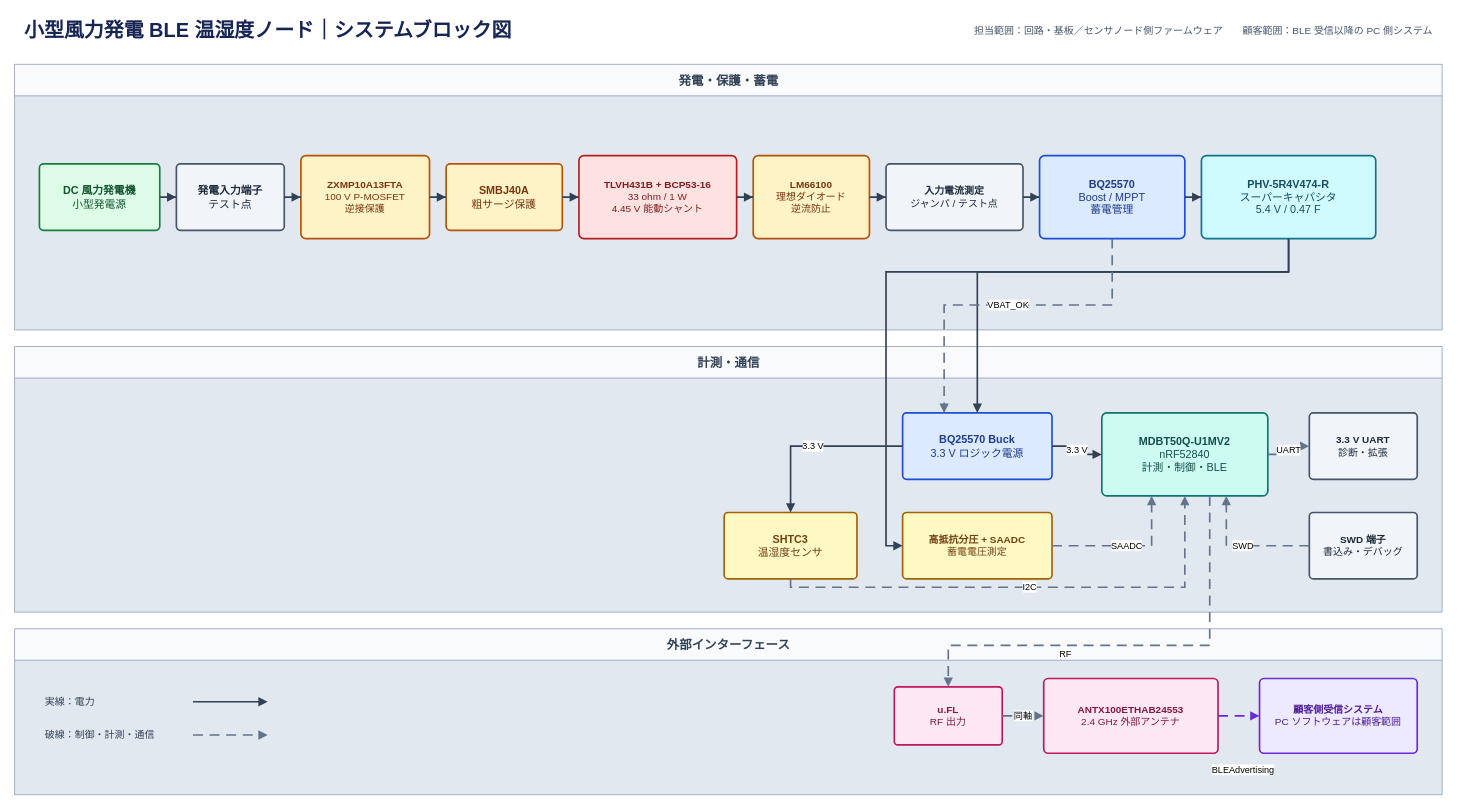
The draw.io diagram docs/Architecture/system-block-diagram.drawio in KatsukiOishi/pantarhei_OEM02_MeasurementNode, before the edit. Source tidied: cells renumbered, new cells numbered last; positions are measured from the earlier drawing's top-left corner, leaving out a move shared by most shapes. Both pictures are drawn from the tidied source at 83%, with x=0, y=0 at pixel (14, 14).
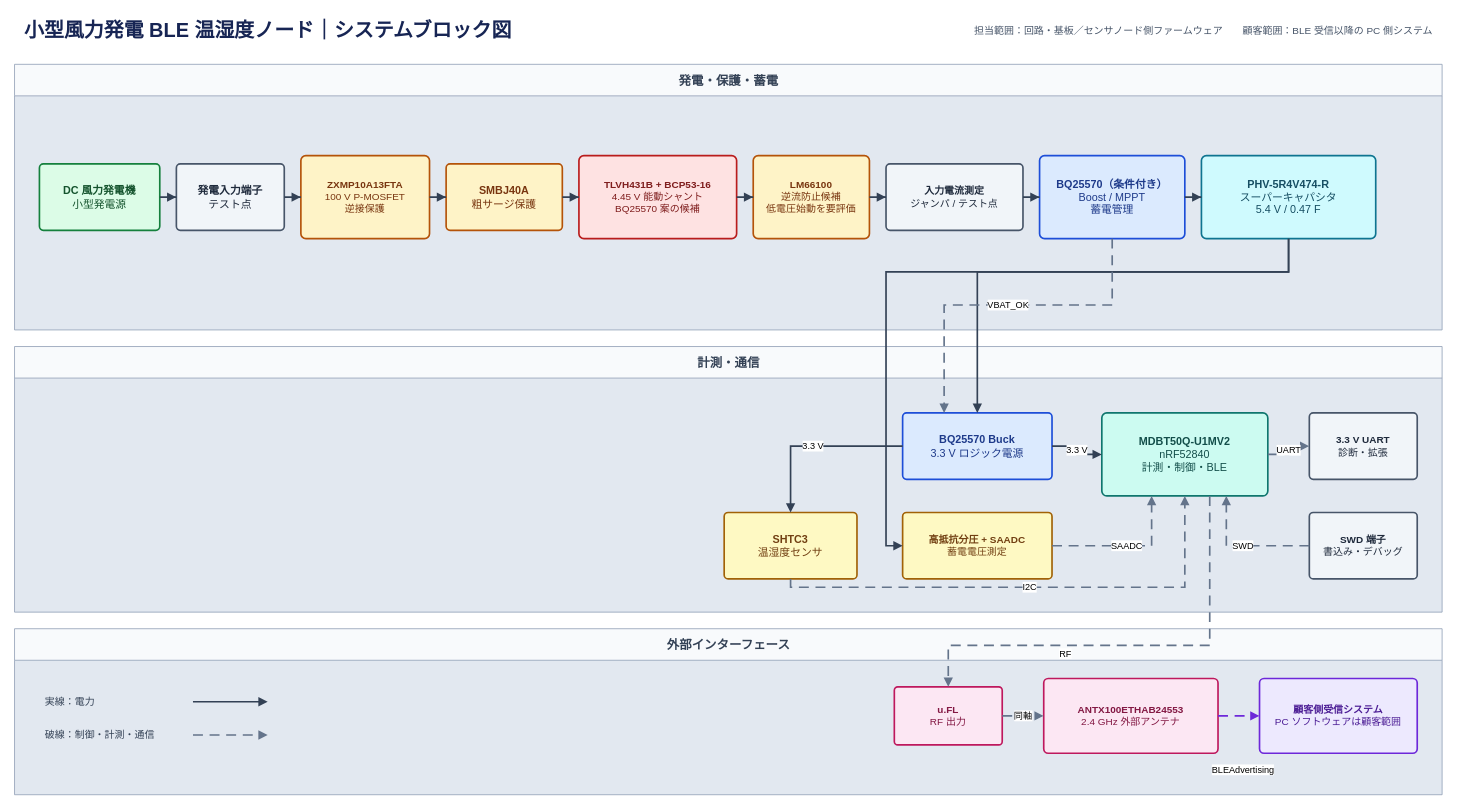
Above is the later version.

What changed in the source:
```diff
@@
-    <mxCell id="11" value="&lt;b&gt;TLVH431B + BCP53-16&lt;/b&gt;&lt;br&gt;33 ohm / 1 W&lt;br&gt;4.45 V 能動シャント" style="rounded=1;whiteSpace=wrap;html=1;arcSize=6;fillColor=#fee2e2;strokeColor=#b91c1c;strokeWidth=2;fontColor=#7f1d1d;fontSize=12;" parent="1" vertex="1">
+    <mxCell id="11" value="&lt;b&gt;TLVH431B + BCP53-16&lt;/b&gt;&lt;br&gt;4.45 V 能動シャント&lt;br&gt;BQ25570 案の候補" style="rounded=1;whiteSpace=wrap;html=1;arcSize=6;fillColor=#fee2e2;strokeColor=#b91c1c;strokeWidth=2;fontColor=#7f1d1d;fontSize=12;" parent="1" vertex="1">
       <mxGeometry x="680" y="170" width="190" height="100" as="geometry" />
     </mxCell>
-    <mxCell id="12" value="&lt;b&gt;LM66100&lt;/b&gt;&lt;br&gt;理想ダイオード&lt;br&gt;逆流防止" style="rounded=1;whiteSpace=wrap;html=1;arcSize=6;fillColor=#fef3c7;strokeColor=#b45309;strokeWidth=2;fontColor=#78350f;fontSize=12;" parent="1" vertex="1">
+    <mxCell id="12" value="&lt;b&gt;LM66100&lt;/b&gt;&lt;br&gt;逆流防止候補&lt;br&gt;低電圧始動を要評価" style="rounded=1;whiteSpace=wrap;html=1;arcSize=6;fillColor=#fef3c7;strokeColor=#b45309;strokeWidth=2;fontColor=#78350f;fontSize=12;" parent="1" vertex="1">
       <mxGeometry x="890" y="170" width="140" height="100" as="geometry" />
     </mxCell>
@@
-    <mxCell id="14" value="&lt;b&gt;BQ25570&lt;/b&gt;&lt;br&gt;Boost / MPPT&lt;br&gt;蓄電管理" style="rounded=1;whiteSpace=wrap;html=1;arcSize=6;fillColor=#dbeafe;strokeColor=#1d4ed8;strokeWidth=2;fontColor=#1e3a8a;fontSize=13;" parent="1" vertex="1">
+    <mxCell id="14" value="&lt;b&gt;BQ25570（条件付き）&lt;/b&gt;&lt;br&gt;Boost / MPPT&lt;br&gt;蓄電管理" style="rounded=1;whiteSpace=wrap;html=1;arcSize=6;fillColor=#dbeafe;strokeColor=#1d4ed8;strokeWidth=2;fontColor=#1e3a8a;fontSize=13;" parent="1" vertex="1">
       <mxGeometry x="1235" y="170" width="175" height="100" as="geometry" />
     </mxCell>
```
